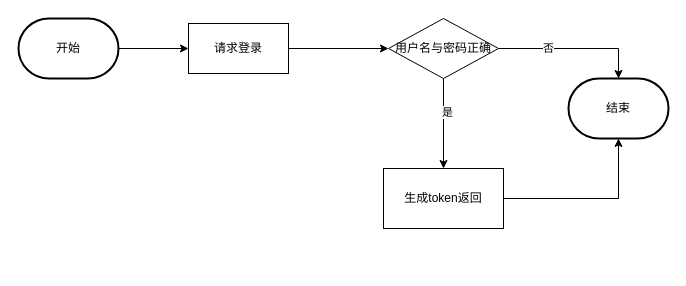
hl3482477/BigDataLearnIng keeps this draw.io diagram as drawio/nct_oauth_arch.drawio. Above is the earlier version. Source tidied: cells renumbered, new cells numbered last; positions are measured from the earlier drawing's top-left corner, leaving out a move shared by most shapes. Both pictures are drawn from the tidied source at 100%, with x=0, y=0 at pixel (18, 18).
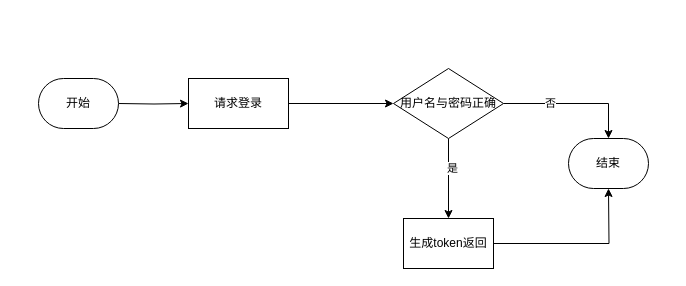
The same page after the edit.

Diff of the diagram source:
```diff
@@
 <mxGraphModel>
   <root>
     <mxCell id="0" />
     <mxCell id="1" parent="0" />
-    <mxCell id="2" style="edgeStyle=orthogonalEdgeStyle;rounded=0;jettySize=auto;html=1;exitX=1;exitY=0.5;exitDx=0;exitDy=0;exitPerimeter=0;entryX=0;entryY=0.5;entryDx=0;entryDy=0;" parent="1" edge="1" source="3" target="5">
-      <mxGeometry relative="1" as="geometry" />
+    <mxCell id="2" style="edgeStyle=orthogonalEdgeStyle;rounded=0;jettySize=auto;html=1;exitX=1;exitY=0.5;exitDx=0;exitDy=0;exitPerimeter=0;entryX=0;entryY=0.5;entryDx=0;entryDy=0;" parent="1" edge="1" target="5">
+      <mxGeometry relative="1" as="geometry">
+        <mxPoint x="100" y="85" as="sourcePoint" />
+      </mxGeometry>
     </mxCell>
-    <mxCell id="3" value="开始" style="strokeWidth=2;html=1;shape=mxgraph.flowchart.terminator;whiteSpace=wrap;" parent="1" vertex="1">
-      <mxGeometry width="100" height="60" as="geometry" />
-    </mxCell>
     <mxCell id="4" style="edgeStyle=orthogonalEdgeStyle;rounded=0;jettySize=auto;html=1;" parent="1" edge="1" source="5" target="10">
       <mxGeometry relative="1" as="geometry" />
     </mxCell>
     <mxCell id="5" value="请求登录" style="rounded=0;whiteSpace=wrap;html=1;" parent="1" vertex="1">
-      <mxGeometry x="170" y="5" width="100" height="50" as="geometry" />
+      <mxGeometry x="170" y="60" width="100" height="50" as="geometry" />
     </mxCell>
-    <mxCell id="6" style="edgeStyle=orthogonalEdgeStyle;rounded=0;jettySize=auto;html=1;exitX=1;exitY=0.5;exitDx=0;exitDy=0;entryX=0.5;entryY=0;entryDx=0;entryDy=0;entryPerimeter=0;" parent="1" edge="1" source="10" target="13">
+    <mxCell id="6" style="edgeStyle=orthogonalEdgeStyle;rounded=0;jettySize=auto;html=1;exitX=1;exitY=0.5;exitDx=0;exitDy=0;entryX=0.5;entryY=0;entryDx=0;entryDy=0;" parent="1" edge="1" source="10" target="13">
       <mxGeometry relative="1" as="geometry" />
     </mxCell>
     <mxCell id="7" value="否" style="edgeLabel;html=1;align=center;verticalAlign=middle;" parent="6" vertex="1">
       <mxGeometry x="-0.35" y="1" relative="1" as="geometry" />
     </mxCell>
     <mxCell id="8" style="edgeStyle=orthogonalEdgeStyle;rounded=0;jettySize=auto;html=1;" parent="1" edge="1" source="10" target="12">
       <mxGeometry relative="1" as="geometry" />
     </mxCell>
     <mxCell id="9" value="是" style="edgeLabel;html=1;align=center;verticalAlign=middle;" parent="8" vertex="1">
       <mxGeometry x="-0.27" y="3" relative="1" as="geometry" />
     </mxCell>
     <mxCell id="10" value="用户名与密码正确" style="rhombus;whiteSpace=wrap;html=1;" parent="1" vertex="1">
-      <mxGeometry x="370" width="110" height="60" as="geometry" />
+      <mxGeometry x="375" y="50" width="110" height="70" as="geometry" />
     </mxCell>
-    <mxCell id="11" style="edgeStyle=orthogonalEdgeStyle;rounded=0;jettySize=auto;html=1;exitX=1;exitY=0.5;exitDx=0;exitDy=0;entryX=0.5;entryY=1;entryDx=0;entryDy=0;entryPerimeter=0;" parent="1" edge="1" source="12" target="13">
-      <mxGeometry relative="1" as="geometry" />
+    <mxCell id="11" style="edgeStyle=orthogonalEdgeStyle;rounded=0;jettySize=auto;html=1;exitX=1;exitY=0.5;exitDx=0;exitDy=0;entryX=0.5;entryY=1;entryDx=0;entryDy=0;entryPerimeter=0;" parent="1" edge="1" source="12">
+      <mxGeometry relative="1" as="geometry">
+        <mxPoint x="590" y="170" as="targetPoint" />
+      </mxGeometry>
     </mxCell>
     <mxCell id="12" value="生成token返回" style="rounded=0;whiteSpace=wrap;html=1;" parent="1" vertex="1">
-      <mxGeometry x="365" y="150" width="120" height="60" as="geometry" />
+      <mxGeometry x="385" y="200" width="90" height="50" as="geometry" />
     </mxCell>
+    <mxCell id="3" value="开始" style="rounded=1;whiteSpace=wrap;html=1;arcSize=50;" parent="1" vertex="1">
+      <mxGeometry x="20" y="60" width="80" height="50" as="geometry" />
+    </mxCell>
-    <mxCell id="13" value="结束" style="strokeWidth=2;html=1;shape=mxgraph.flowchart.terminator;whiteSpace=wrap;" parent="1" vertex="1">
-      <mxGeometry x="550" y="60" width="100" height="60" as="geometry" />
+    <mxCell id="13" value="结束" style="rounded=1;whiteSpace=wrap;html=1;arcSize=50;" parent="1" vertex="1">
+      <mxGeometry x="550" y="120" width="80" height="50" as="geometry" />
     </mxCell>
   </root>
 </mxGraphModel>
```
